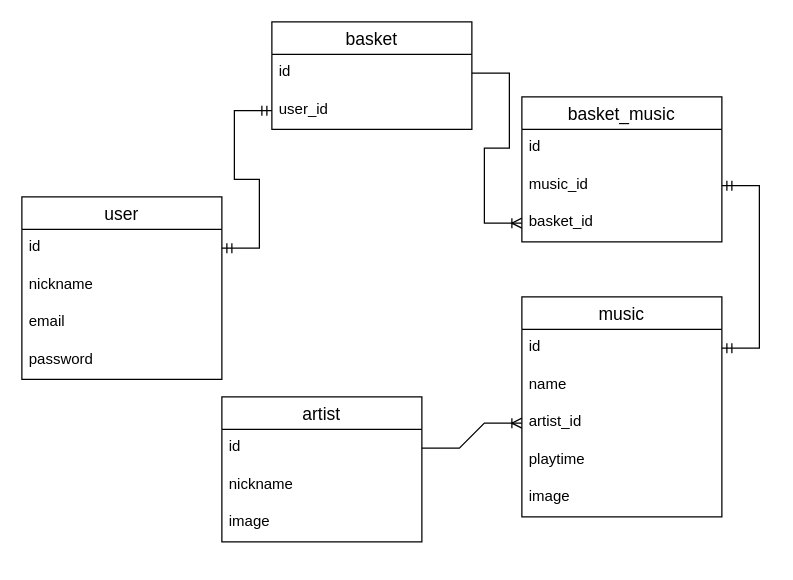
Earlier version of the draw.io diagram page "ER-diagram" (1 of 3) of diagrams/diagram.drawio (MihaylovRoman/music.cloud). Source tidied: cells renumbered, new cells numbered last; positions are measured from the earlier drawing's top-left corner, leaving out a move shared by most shapes. Both pictures are drawn from the tidied source at 125%, with x=0, y=0 at pixel (21, 21).
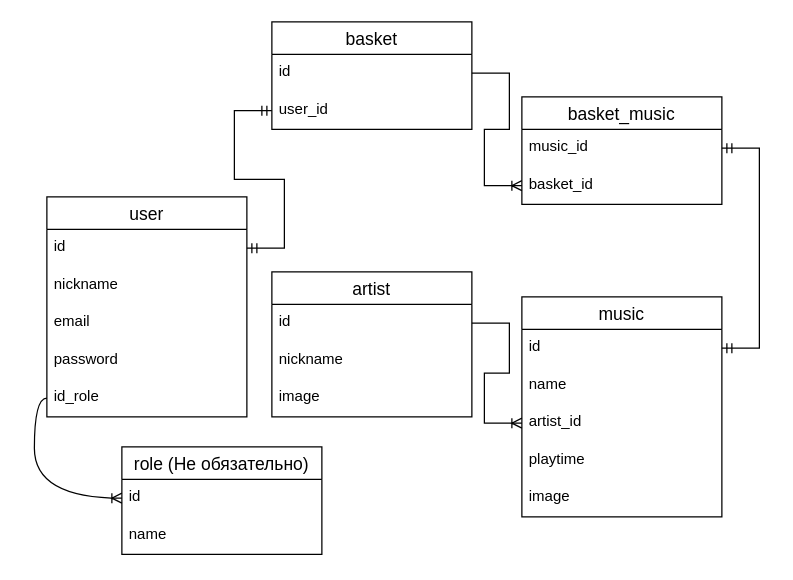
The same page after the edit.

Change to the diagram source:
```diff
@@
     <mxCell id="2" value="user" style="swimlane;fontStyle=0;horizontal=1;startSize=26;align=center;fontSize=14;" parent="1" vertex="1">
-      <mxGeometry y="140" width="160" height="146" as="geometry" />
+      <mxGeometry x="20" y="140" width="160" height="176" as="geometry" />
     </mxCell>
@@
+    <mxCell id="28" value="id_role" style="text;strokeColor=none;fillColor=none;spacingLeft=4;spacingRight=4;overflow=hidden;points=[[0,0.5],[1,0.5]];portConstraint=eastwest;fontSize=12;whiteSpace=wrap;html=1;" parent="2" vertex="1">
+      <mxGeometry y="146" width="160" height="30" as="geometry" />
+    </mxCell>
@@
     <mxCell id="10" value="basket_music" style="swimlane;fontStyle=0;horizontal=1;startSize=26;align=center;fontSize=14;" parent="1" vertex="1">
-      <mxGeometry x="400" y="60" width="160" height="116" as="geometry" />
+      <mxGeometry x="400" y="60" width="160" height="86" as="geometry" />
     </mxCell>
-    <mxCell id="11" value="id" style="text;strokeColor=none;fillColor=none;spacingLeft=4;spacingRight=4;overflow=hidden;points=[[0,0.5],[1,0.5]];portConstraint=eastwest;fontSize=12;whiteSpace=wrap;html=1;" parent="10" vertex="1">
-      <mxGeometry y="26" width="160" height="30" as="geometry" />
-    </mxCell>
     <mxCell id="12" value="music_id" style="text;strokeColor=none;fillColor=none;spacingLeft=4;spacingRight=4;overflow=hidden;points=[[0,0.5],[1,0.5]];portConstraint=eastwest;fontSize=12;whiteSpace=wrap;html=1;" parent="10" vertex="1">
-      <mxGeometry y="56" width="160" height="30" as="geometry" />
+      <mxGeometry y="26" width="160" height="30" as="geometry" />
     </mxCell>
     <mxCell id="13" value="basket_id" style="text;strokeColor=none;fillColor=none;spacingLeft=4;spacingRight=4;overflow=hidden;points=[[0,0.5],[1,0.5]];portConstraint=eastwest;fontSize=12;whiteSpace=wrap;html=1;" parent="10" vertex="1">
-      <mxGeometry y="86" width="160" height="30" as="geometry" />
+      <mxGeometry y="56" width="160" height="30" as="geometry" />
     </mxCell>
@@
     <mxCell id="20" value="artist" style="swimlane;fontStyle=0;horizontal=1;startSize=26;align=center;fontSize=14;" parent="1" vertex="1">
-      <mxGeometry x="160" y="300" width="160" height="116" as="geometry" />
+      <mxGeometry x="200" y="200" width="160" height="116" as="geometry" />
     </mxCell>
@@
+    <mxCell id="29" value="role (Не обязательно)" style="swimlane;fontStyle=0;horizontal=1;startSize=26;align=center;fontSize=14;" parent="1" vertex="1">
+      <mxGeometry x="80" y="340" width="160" height="86" as="geometry" />
+    </mxCell>
+    <mxCell id="11" value="id" style="text;strokeColor=none;fillColor=none;spacingLeft=4;spacingRight=4;overflow=hidden;points=[[0,0.5],[1,0.5]];portConstraint=eastwest;fontSize=12;whiteSpace=wrap;html=1;" parent="29" vertex="1">
+      <mxGeometry y="26" width="160" height="30" as="geometry" />
+    </mxCell>
+    <mxCell id="30" value="name" style="text;strokeColor=none;fillColor=none;spacingLeft=4;spacingRight=4;overflow=hidden;fontSize=12;whiteSpace=wrap;html=1;" parent="29" vertex="1">
+      <mxGeometry y="56" width="160" height="30" as="geometry" />
+    </mxCell>
+    <mxCell id="31" style="fontSize=12;html=1;endArrow=ERoneToMany;rounded=0;entryX=0;entryY=0.5;entryDx=0;entryDy=0;exitX=0;exitY=0.5;exitDx=0;exitDy=0;edgeStyle=orthogonalEdgeStyle;curved=1;" parent="1" edge="1" source="28" target="11">
+      <mxGeometry relative="1" as="geometry" />
+    </mxCell>
```
